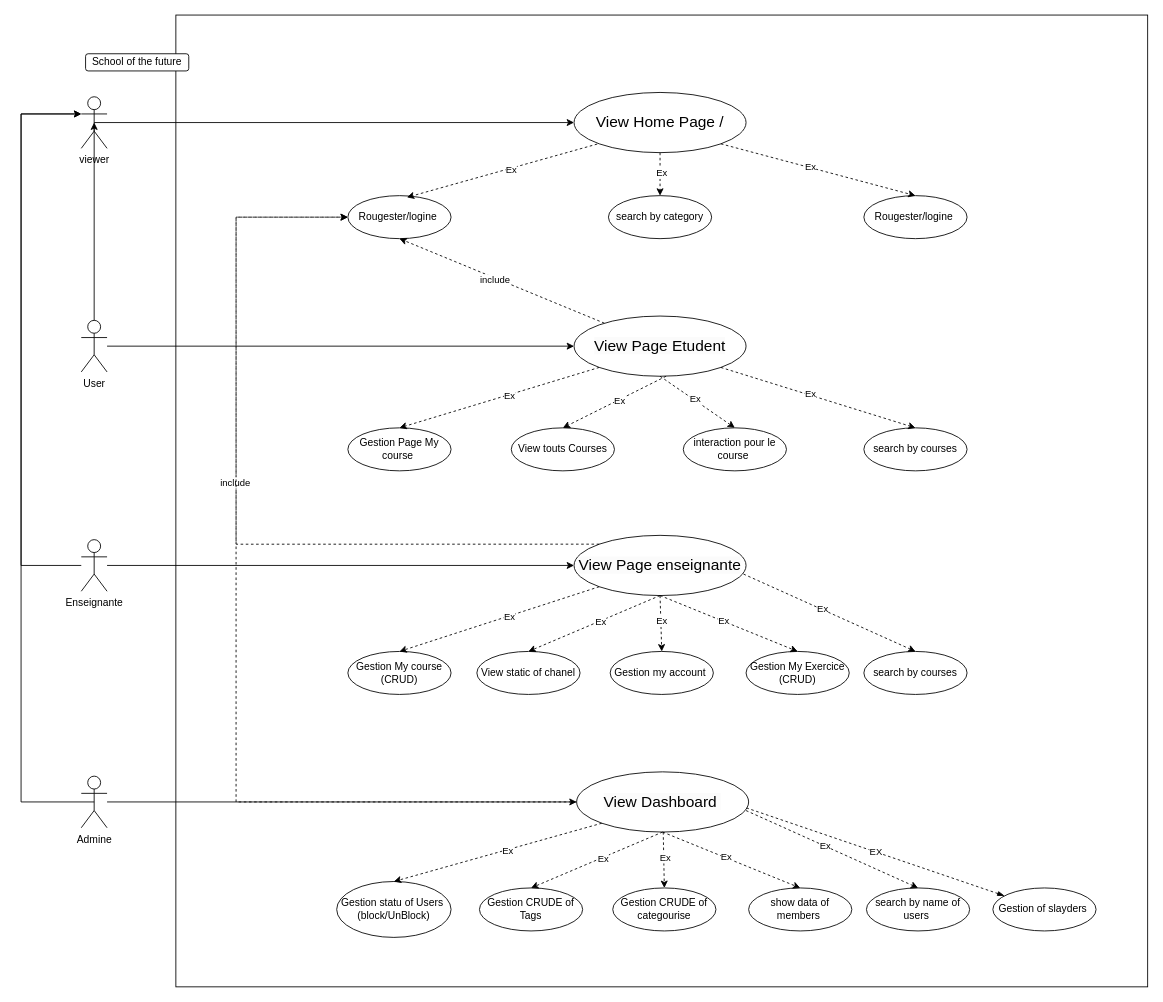
anouar36/CST_school keeps this draw.io diagram as Untitled Diagram.drawio. Above is the earlier version. Source tidied: cells renumbered, new cells numbered last; positions are measured from the earlier drawing's top-left corner, leaving out a move shared by most shapes. Both pictures are drawn from the tidied source at 86%, with x=0, y=0 at pixel (21, 15).
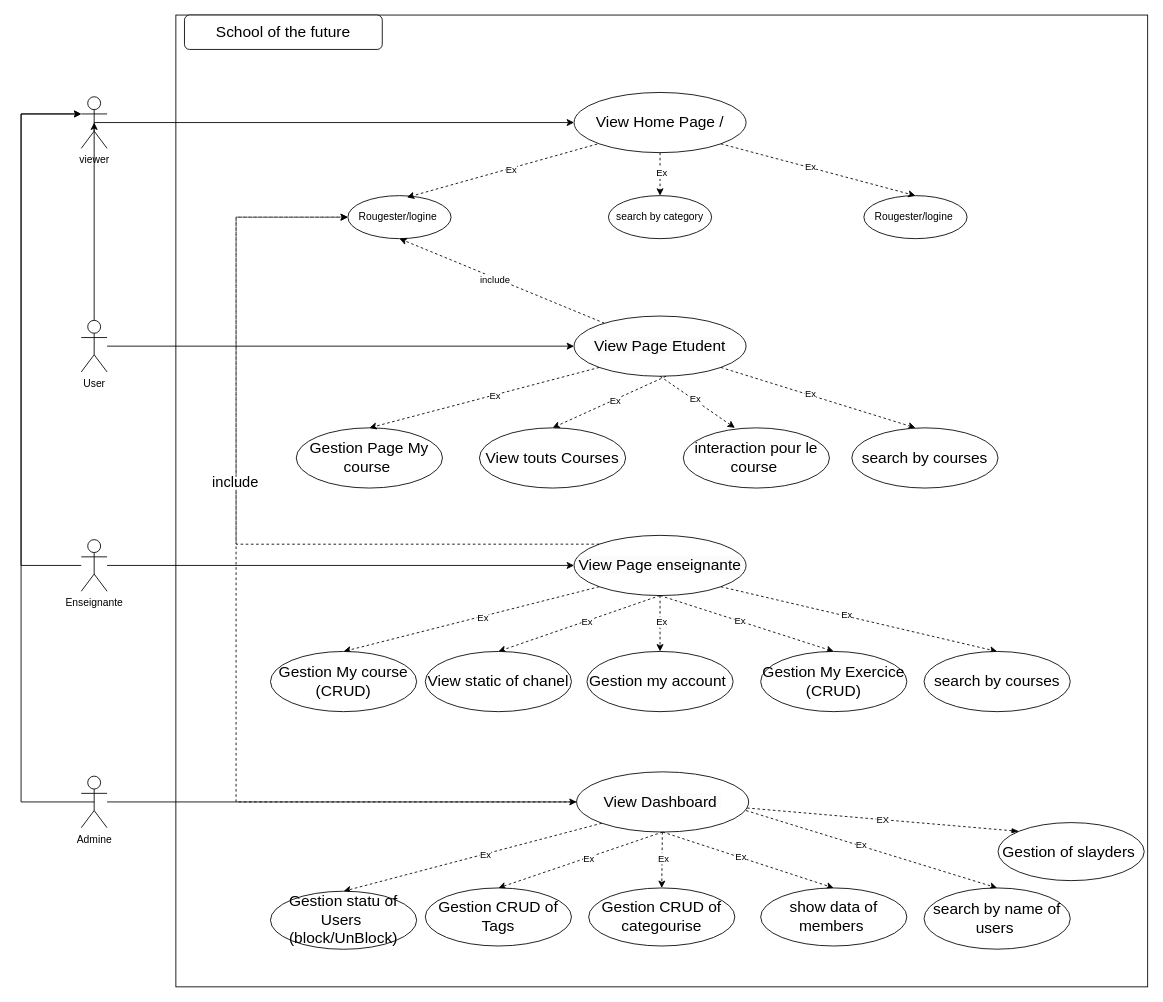
The same diagram, later.

Unchanged cells that the change refers to:
```xml
<mxCell id="6" value="viewer" style="shape=umlActor;verticalLabelPosition=bottom;verticalAlign=top;html=1;outlineConnect=0;" parent="1" vertex="1">
  <mxGeometry x="70" y="95" width="30" height="60" as="geometry" />
</mxCell>
<mxCell id="26" value="&lt;font style=&quot;&quot;&gt;&lt;font style=&quot;font-size: 18px;&quot;&gt;&lt;span style=&quot;color: rgb(0, 0, 0); font-family: Helvetica; font-style: normal; font-variant-ligatures: normal; font-variant-caps: normal; font-weight: 400; letter-spacing: normal; orphans: 2; text-align: center; text-indent: 0px; text-transform: none; widows: 2; word-spacing: 0px; -webkit-text-stroke-width: 0px; white-space: normal; background-color: rgb(251, 251, 251); text-decoration-thickness: initial; text-decoration-style: initial; text-decoration-color: initial; float: none; display: inline !important;&quot;&gt;View Page Etudent&lt;/span&gt;&lt;/font&gt;&lt;br&gt;&lt;/font&gt;" style="ellipse;whiteSpace=wrap;html=1;" parent="1" vertex="1">
  <mxGeometry x="643" y="350" width="200" height="70" as="geometry" />
</mxCell>
<mxCell id="36" value="&lt;font style=&quot;&quot;&gt;&lt;font style=&quot;font-size: 18px;&quot;&gt;&lt;span style=&quot;color: rgb(0, 0, 0); font-family: Helvetica; font-style: normal; font-variant-ligatures: normal; font-variant-caps: normal; font-weight: 400; letter-spacing: normal; orphans: 2; text-align: center; text-indent: 0px; text-transform: none; widows: 2; word-spacing: 0px; -webkit-text-stroke-width: 0px; white-space: normal; background-color: rgb(251, 251, 251); text-decoration-thickness: initial; text-decoration-style: initial; text-decoration-color: initial; float: none; display: inline !important;&quot;&gt;View Page&amp;nbsp;enseignante&lt;/span&gt;&lt;/font&gt;&lt;br&gt;&lt;/font&gt;" style="ellipse;whiteSpace=wrap;html=1;" parent="1" vertex="1">
  <mxGeometry x="643" y="605" width="200" height="70" as="geometry" />
</mxCell>
<mxCell id="53" style="endArrow=classic;html=1;rounded=0;entryX=0;entryY=0.5;entryDx=0;entryDy=0;dashed=1;exitX=0;exitY=0;exitDx=0;exitDy=0;edgeStyle=orthogonalEdgeStyle;" parent="1" edge="1" source="36" target="14">
  <mxGeometry relative="1" as="geometry">
    <Array as="points">
      <mxPoint x="250" y="615" />
      <mxPoint x="250" y="235" />
    </Array>
  </mxGeometry>
</mxCell>
<mxCell id="56" value="Admine" style="shape=umlActor;verticalLabelPosition=bottom;verticalAlign=top;html=1;outlineConnect=0;" parent="1" vertex="1">
  <mxGeometry x="70" y="885" width="30" height="60" as="geometry" />
</mxCell>
<mxCell id="58" value="&lt;font style=&quot;&quot;&gt;&lt;font style=&quot;font-size: 18px;&quot;&gt;&lt;span style=&quot;color: rgb(0, 0, 0); font-family: Helvetica; font-style: normal; font-variant-ligatures: normal; font-variant-caps: normal; font-weight: 400; letter-spacing: normal; orphans: 2; text-align: center; text-indent: 0px; text-transform: none; widows: 2; word-spacing: 0px; -webkit-text-stroke-width: 0px; white-space: normal; background-color: rgb(251, 251, 251); text-decoration-thickness: initial; text-decoration-style: initial; text-decoration-color: initial; float: none; display: inline !important;&quot;&gt;View Dashboard&amp;nbsp;&lt;/span&gt;&lt;/font&gt;&lt;br&gt;&lt;/font&gt;" style="ellipse;whiteSpace=wrap;html=1;" parent="1" vertex="1">
  <mxGeometry x="646" y="880" width="200" height="70" as="geometry" />
</mxCell>
```

The edit, as a diff of the source:
```diff
@@
     <mxCell id="3" style="rounded=1;whiteSpace=wrap;html=1;" parent="1" vertex="1">
-      <mxGeometry x="75" y="45" width="120" height="20" as="geometry" />
+      <mxGeometry x="190" width="230" height="40" as="geometry" />
     </mxCell>
-    <mxCell id="4" value="School of the&amp;nbsp;future" style="text;html=1;align=center;verticalAlign=middle;whiteSpace=wrap;rounded=0;" parent="1" vertex="1">
-      <mxGeometry x="70" y="40" width="130" height="30" as="geometry" />
+    <mxCell id="4" value="&lt;font style=&quot;font-size: 18px;&quot;&gt;School of the&amp;nbsp;future&lt;/font&gt;" style="text;html=1;align=center;verticalAlign=middle;whiteSpace=wrap;rounded=0;" parent="1" vertex="1">
+      <mxGeometry x="215" width="180" height="40" as="geometry" />
     </mxCell>
@@
-    <mxCell id="27" value="Gestion Page My course&amp;nbsp;" style="ellipse;whiteSpace=wrap;html=1;" parent="1" vertex="1">
-      <mxGeometry x="380" y="480" width="120" height="50" as="geometry" />
+    <mxCell id="27" value="&lt;font style=&quot;font-size: 18px;&quot;&gt;Gestion Page My course&amp;nbsp;&lt;/font&gt;" style="ellipse;whiteSpace=wrap;html=1;" parent="1" vertex="1">
+      <mxGeometry x="320" y="480" width="170" height="70" as="geometry" />
     </mxCell>
@@
-    <mxCell id="30" style="endArrow=classic;html=1;rounded=0;entryX=0.5;entryY=0;entryDx=0;entryDy=0;exitX=0.5;exitY=1;exitDx=0;exitDy=0;dashed=1;" parent="1" edge="1" source="26" target="32">
-      <mxGeometry relative="1" as="geometry" />
+    <mxCell id="30" style="endArrow=classic;html=1;rounded=0;entryX=0.5;entryY=0;entryDx=0;entryDy=0;exitX=0.5;exitY=1;exitDx=0;exitDy=0;dashed=1;" parent="1" edge="1" source="26">
+      <mxGeometry relative="1" as="geometry">
+        <mxPoint x="830" y="480" as="targetPoint" />
+      </mxGeometry>
     </mxCell>
@@
-    <mxCell id="32" value="interaction pour le course&amp;nbsp;" style="ellipse;whiteSpace=wrap;html=1;" parent="1" vertex="1">
-      <mxGeometry x="770" y="480" width="120" height="50" as="geometry" />
-    </mxCell>
-    <mxCell id="33" value="search by courses" style="ellipse;whiteSpace=wrap;html=1;" parent="1" vertex="1">
-      <mxGeometry x="980" y="480" width="120" height="50" as="geometry" />
-    </mxCell>
-    <mxCell id="34" style="endArrow=classic;html=1;rounded=0;entryX=0.5;entryY=0;entryDx=0;entryDy=0;exitX=1;exitY=1;exitDx=0;exitDy=0;dashed=1;" parent="1" edge="1" source="26" target="33">
-      <mxGeometry relative="1" as="geometry" />
+    <mxCell id="34" style="endArrow=classic;html=1;rounded=0;entryX=0.5;entryY=0;entryDx=0;entryDy=0;exitX=1;exitY=1;exitDx=0;exitDy=0;dashed=1;" parent="1" edge="1" source="26">
+      <mxGeometry relative="1" as="geometry">
+        <mxPoint x="1040" y="480" as="targetPoint" />
+      </mxGeometry>
     </mxCell>
@@
-    <mxCell id="37" value="Gestion My course (CRUD)" style="ellipse;whiteSpace=wrap;html=1;" parent="1" vertex="1">
-      <mxGeometry x="380" y="740" width="120" height="50" as="geometry" />
-    </mxCell>
-    <mxCell id="38" value="View static of chanel" style="ellipse;whiteSpace=wrap;html=1;" parent="1" vertex="1">
-      <mxGeometry x="530" y="740" width="120" height="50" as="geometry" />
-    </mxCell>
-    <mxCell id="39" value="search by courses" style="ellipse;whiteSpace=wrap;html=1;" parent="1" vertex="1">
-      <mxGeometry x="980" y="740" width="120" height="50" as="geometry" />
-    </mxCell>
-    <mxCell id="40" style="endArrow=classic;html=1;rounded=0;entryX=0.5;entryY=0;entryDx=0;entryDy=0;exitX=0.985;exitY=0.643;exitDx=0;exitDy=0;dashed=1;exitPerimeter=0;" parent="1" edge="1" source="36" target="39">
+    <mxCell id="40" style="endArrow=classic;html=1;rounded=0;entryX=0.5;entryY=0;entryDx=0;entryDy=0;exitX=1;exitY=1;exitDx=0;exitDy=0;dashed=1;" parent="1" edge="1" source="36" target="82">
       <mxGeometry relative="1" as="geometry" />
     </mxCell>
@@
-    <mxCell id="46" value="Gestion My Exercice (CRUD)" style="ellipse;whiteSpace=wrap;html=1;" parent="1" vertex="1">
-      <mxGeometry x="843" y="740" width="120" height="50" as="geometry" />
-    </mxCell>
-    <mxCell id="47" style="edgeStyle=orthogonalEdgeStyle;rounded=0;orthogonalLoop=1;jettySize=auto;html=1;exitX=0.5;exitY=1;exitDx=0;exitDy=0;" parent="1" edge="1" source="38" target="38">
-      <mxGeometry relative="1" as="geometry" />
+    <mxCell id="47" style="edgeStyle=orthogonalEdgeStyle;rounded=0;orthogonalLoop=1;jettySize=auto;html=1;exitX=0.5;exitY=1;exitDx=0;exitDy=0;" parent="1" edge="1">
+      <mxGeometry relative="1" as="geometry">
+        <mxPoint x="560" y="790" as="sourcePoint" />
+        <mxPoint x="560" y="790" as="targetPoint" />
+      </mxGeometry>
     </mxCell>
@@
-    <mxCell id="50" value="Gestion my account&amp;nbsp;" style="ellipse;whiteSpace=wrap;html=1;" parent="1" vertex="1">
-      <mxGeometry x="685" y="740" width="120" height="50" as="geometry" />
-    </mxCell>
@@
-    <mxCell id="54" value="include" style="edgeLabel;html=1;align=center;verticalAlign=middle;" parent="53" vertex="1">
+    <mxCell id="54" value="&lt;font style=&quot;font-size: 17px;&quot;&gt;include&lt;/font&gt;" style="edgeLabel;html=1;align=center;verticalAlign=middle;" parent="53" vertex="1">
       <mxGeometry x="0.06" y="2" relative="1" as="geometry" />
     </mxCell>
@@
-    <mxCell id="59" value="Gestion statu of Users&amp;nbsp; (block/UnBlock)" style="ellipse;whiteSpace=wrap;html=1;" parent="1" vertex="1">
-      <mxGeometry x="367" y="1007.5" width="133" height="65" as="geometry" />
-    </mxCell>
-    <mxCell id="60" value="Gestion CRUDE of Tags" style="ellipse;whiteSpace=wrap;html=1;" parent="1" vertex="1">
-      <mxGeometry x="533" y="1015" width="120" height="50" as="geometry" />
-    </mxCell>
-    <mxCell id="61" value="search by name of users&amp;nbsp;" style="ellipse;whiteSpace=wrap;html=1;" parent="1" vertex="1">
-      <mxGeometry x="983" y="1015" width="120" height="50" as="geometry" />
-    </mxCell>
@@
-    <mxCell id="64" style="endArrow=classic;html=1;rounded=0;entryX=0.5;entryY=0;entryDx=0;entryDy=0;exitX=0.5;exitY=1;exitDx=0;exitDy=0;dashed=1;" parent="1" edge="1" source="58" target="60">
+    <mxCell id="64" style="endArrow=classic;html=1;rounded=0;entryX=0.5;entryY=0;entryDx=0;entryDy=0;exitX=0.5;exitY=1;exitDx=0;exitDy=0;dashed=1;" parent="1" edge="1" source="58" target="84">
       <mxGeometry relative="1" as="geometry" />
     </mxCell>
@@
-    <mxCell id="68" value="show data of members&amp;nbsp;" style="ellipse;whiteSpace=wrap;html=1;" parent="1" vertex="1">
-      <mxGeometry x="846" y="1015" width="120" height="50" as="geometry" />
-    </mxCell>
-    <mxCell id="69" style="edgeStyle=orthogonalEdgeStyle;rounded=0;orthogonalLoop=1;jettySize=auto;html=1;exitX=0.5;exitY=1;exitDx=0;exitDy=0;" parent="1" edge="1" source="60" target="60">
-      <mxGeometry relative="1" as="geometry" />
+    <mxCell id="69" style="edgeStyle=orthogonalEdgeStyle;rounded=0;orthogonalLoop=1;jettySize=auto;html=1;exitX=0.5;exitY=1;exitDx=0;exitDy=0;" parent="1" edge="1">
+      <mxGeometry relative="1" as="geometry">
+        <mxPoint x="555" y="1070" as="sourcePoint" />
+        <mxPoint x="555" y="1070" as="targetPoint" />
+      </mxGeometry>
     </mxCell>
-    <mxCell id="70" style="endArrow=classic;html=1;rounded=0;entryX=0.5;entryY=0;entryDx=0;entryDy=0;dashed=1;exitX=0.5;exitY=1;exitDx=0;exitDy=0;" parent="1" edge="1" source="58" target="68">
+    <mxCell id="70" style="endArrow=classic;html=1;rounded=0;dashed=1;exitX=0.5;exitY=1;exitDx=0;exitDy=0;entryX=0.5;entryY=0;entryDx=0;entryDy=0;" parent="1" edge="1" source="58" target="68">
       <mxGeometry relative="1" as="geometry" />
     </mxCell>
@@
-    <mxCell id="72" value="Gestion CRUDE of categourise" style="ellipse;whiteSpace=wrap;html=1;" parent="1" vertex="1">
-      <mxGeometry x="688" y="1015" width="120" height="50" as="geometry" />
-    </mxCell>
-    <mxCell id="73" style="endArrow=classic;html=1;rounded=0;entryX=0.5;entryY=0;entryDx=0;entryDy=0;dashed=1;" parent="1" edge="1" source="58" target="72">
+    <mxCell id="73" style="endArrow=classic;html=1;rounded=0;entryX=0.5;entryY=0;entryDx=0;entryDy=0;dashed=1;" parent="1" edge="1" source="58" target="83">
       <mxGeometry relative="1" as="geometry" />
     </mxCell>
@@
-    <mxCell id="75" value="View touts Courses" style="ellipse;whiteSpace=wrap;html=1;" parent="1" vertex="1">
-      <mxGeometry x="570" y="480" width="120" height="50" as="geometry" />
-    </mxCell>
@@
-    <mxCell id="78" value="EX" style="rounded=0;jettySize=auto;html=1;entryX=0.988;entryY=0.6;entryDx=0;entryDy=0;dashed=1;startArrow=blockThin;startFill=1;endArrow=none;entryPerimeter=0;" parent="1" edge="1" source="79" target="58">
+    <mxCell id="78" value="EX" style="rounded=0;jettySize=auto;html=1;entryX=0.988;entryY=0.6;entryDx=0;entryDy=0;dashed=1;startArrow=blockThin;startFill=1;endArrow=none;entryPerimeter=0;exitX=0;exitY=0;exitDx=0;exitDy=0;" parent="1" edge="1" source="79" target="58">
       <mxGeometry relative="1" as="geometry" />
     </mxCell>
+    <mxCell id="80" style="edgeStyle=elbowEdgeStyle;rounded=0;jettySize=auto;html=1;entryX=0;entryY=0.3333333333333333;entryDx=0;entryDy=0;entryPerimeter=0;exitX=0.5;exitY=0.5;exitDx=0;exitDy=0;exitPerimeter=0;" parent="1" edge="1" source="56" target="6">
+      <mxGeometry relative="1" as="geometry">
+        <Array as="points">
+          <mxPoint y="530" />
+        </Array>
+      </mxGeometry>
+    </mxCell>
+    <mxCell id="75" value="&lt;font style=&quot;font-size: 18px;&quot;&gt;View touts Courses&lt;/font&gt;" style="ellipse;whiteSpace=wrap;html=1;" parent="1" vertex="1">
+      <mxGeometry x="533" y="480" width="170" height="70" as="geometry" />
+    </mxCell>
+    <mxCell id="32" value="&lt;font style=&quot;font-size: 18px;&quot;&gt;interaction pour le course&amp;nbsp;&lt;/font&gt;" style="ellipse;whiteSpace=wrap;html=1;" parent="1" vertex="1">
+      <mxGeometry x="770" y="480" width="170" height="70" as="geometry" />
+    </mxCell>
+    <mxCell id="81" value="&lt;font style=&quot;font-size: 18px;&quot;&gt;search by courses&lt;/font&gt;" style="ellipse;whiteSpace=wrap;html=1;" parent="1" vertex="1">
+      <mxGeometry x="966" y="480" width="170" height="70" as="geometry" />
+    </mxCell>
+    <mxCell id="46" value="&lt;font style=&quot;font-size: 18px;&quot;&gt;Gestion My Exercice (CRUD)&lt;/font&gt;" style="ellipse;whiteSpace=wrap;html=1;" parent="1" vertex="1">
+      <mxGeometry x="860" y="740" width="170" height="70" as="geometry" />
+    </mxCell>
+    <mxCell id="50" value="&lt;font style=&quot;font-size: 18px;&quot;&gt;Gestion my account&amp;nbsp;&lt;/font&gt;" style="ellipse;whiteSpace=wrap;html=1;" parent="1" vertex="1">
+      <mxGeometry x="658" y="740" width="170" height="70" as="geometry" />
+    </mxCell>
+    <mxCell id="38" value="&lt;font style=&quot;font-size: 18px;&quot;&gt;View static of chanel&lt;/font&gt;" style="ellipse;whiteSpace=wrap;html=1;" parent="1" vertex="1">
+      <mxGeometry x="470" y="740" width="170" height="70" as="geometry" />
+    </mxCell>
+    <mxCell id="37" value="&lt;font style=&quot;font-size: 18px;&quot;&gt;Gestion My course (CRUD)&lt;/font&gt;" style="ellipse;whiteSpace=wrap;html=1;" parent="1" vertex="1">
+      <mxGeometry x="290" y="740" width="170" height="70" as="geometry" />
+    </mxCell>
+    <mxCell id="82" value="&lt;font style=&quot;font-size: 18px;&quot;&gt;search by courses&lt;/font&gt;" style="ellipse;whiteSpace=wrap;html=1;" parent="1" vertex="1">
+      <mxGeometry x="1050" y="740" width="170" height="70" as="geometry" />
+    </mxCell>
+    <mxCell id="68" value="&lt;font style=&quot;font-size: 18px;&quot;&gt;show data of members&amp;nbsp;&lt;/font&gt;" style="ellipse;whiteSpace=wrap;html=1;" parent="1" vertex="1">
+      <mxGeometry x="860" y="1015" width="170" height="67.5" as="geometry" />
+    </mxCell>
+    <mxCell id="61" value="&lt;font style=&quot;font-size: 18px;&quot;&gt;search by name of users&amp;nbsp;&lt;/font&gt;" style="ellipse;whiteSpace=wrap;html=1;" parent="1" vertex="1">
+      <mxGeometry x="1050" y="1015" width="170" height="71.2" as="geometry" />
+    </mxCell>
-    <mxCell id="79" value="Gestion of slayders&amp;nbsp;" style="ellipse;whiteSpace=wrap;html=1;" parent="1" vertex="1">
-      <mxGeometry x="1130" y="1015" width="120" height="50" as="geometry" />
+    <mxCell id="79" value="&lt;font style=&quot;font-size: 18px;&quot;&gt;Gestion of slayders&amp;nbsp;&lt;/font&gt;" style="ellipse;whiteSpace=wrap;html=1;" parent="1" vertex="1">
+      <mxGeometry x="1136" y="939" width="170" height="67.5" as="geometry" />
     </mxCell>
-    <mxCell id="80" style="edgeStyle=elbowEdgeStyle;rounded=0;jettySize=auto;html=1;entryX=0;entryY=0.3333333333333333;entryDx=0;entryDy=0;entryPerimeter=0;exitX=0.5;exitY=0.5;exitDx=0;exitDy=0;exitPerimeter=0;" parent="1" edge="1" source="56" target="6">
-      <mxGeometry relative="1" as="geometry">
-        <Array as="points">
-          <mxPoint y="530" />
-        </Array>
-      </mxGeometry>
-    </mxCell>
+    <mxCell id="83" value="&lt;font style=&quot;font-size: 18px;&quot;&gt;Gestion CRUD of categourise&lt;/font&gt;" style="ellipse;whiteSpace=wrap;html=1;" parent="1" vertex="1">
+      <mxGeometry x="660" y="1015" width="170" height="67.5" as="geometry" />
+    </mxCell>
+    <mxCell id="84" value="&lt;font style=&quot;font-size: 18px;&quot;&gt;Gestion CRUD of Tags&lt;/font&gt;" style="ellipse;whiteSpace=wrap;html=1;" parent="1" vertex="1">
+      <mxGeometry x="470" y="1015" width="170" height="67.5" as="geometry" />
+    </mxCell>
+    <mxCell id="59" value="&lt;font style=&quot;font-size: 18px;&quot;&gt;Gestion statu of Users&amp;nbsp; (block/UnBlock)&lt;/font&gt;" style="ellipse;whiteSpace=wrap;html=1;" parent="1" vertex="1">
+      <mxGeometry x="290" y="1018.8" width="170" height="67.5" as="geometry" />
+    </mxCell>
```
